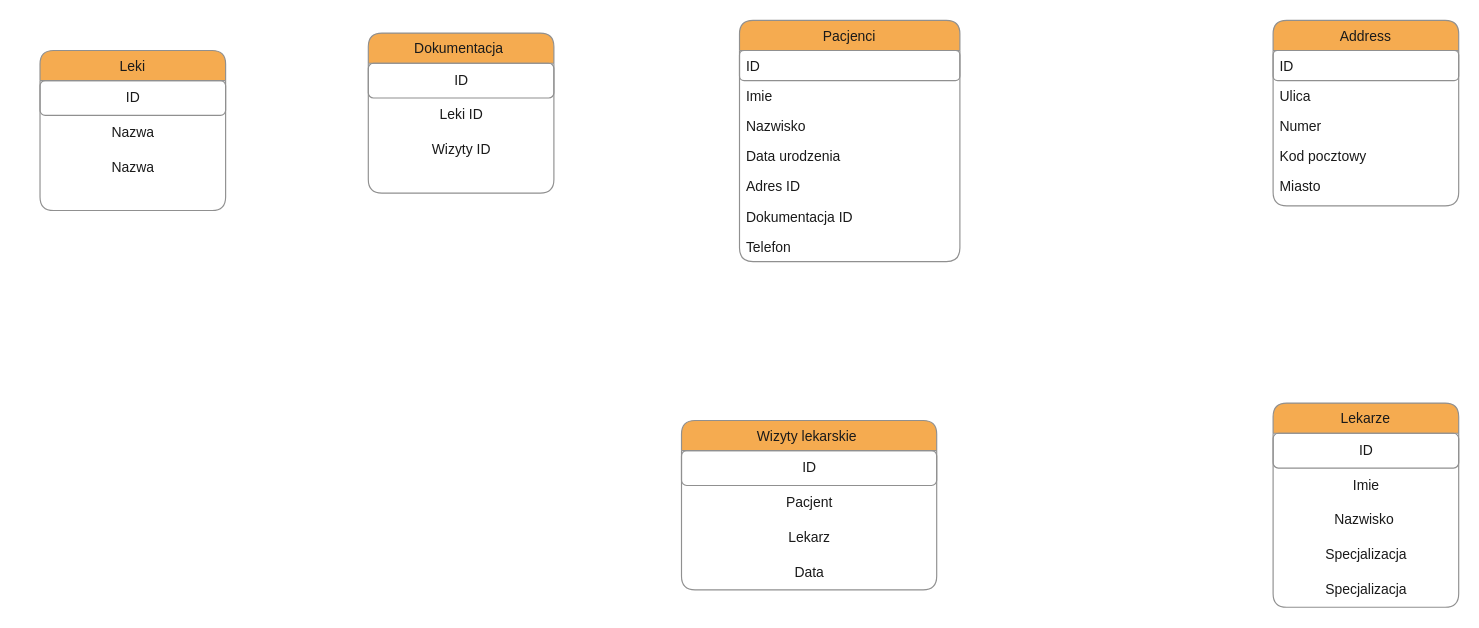
This is db_przychodnia.drawio from kjedraszczyk/projekt_przychodnia, a draw.io file, before an edit. Source tidied: cells renumbered, new cells numbered last; positions are measured from the earlier drawing's top-left corner, leaving out a move shared by most shapes. Both pictures are drawn from the tidied source at 116%, with x=0, y=0 at pixel (39, 20).
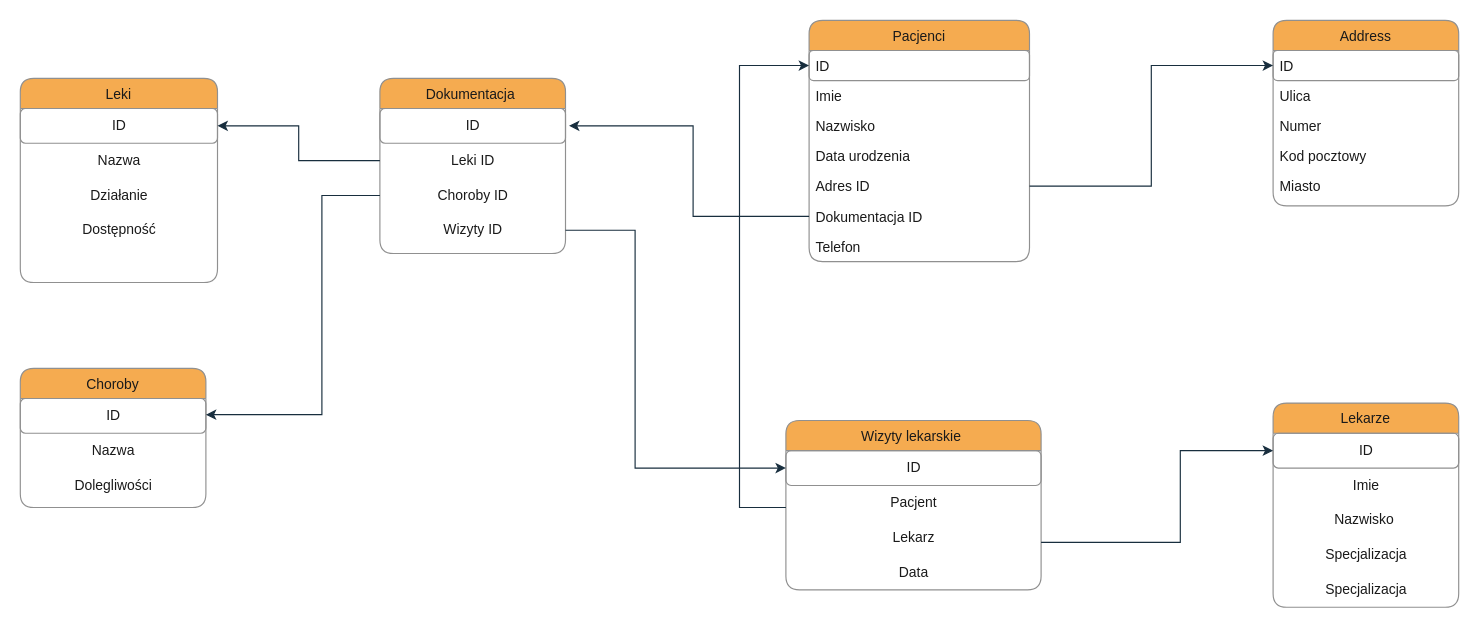
The same diagram, later.

The change refers to these unchanged cells:
```xml
<mxCell id="3" value="ID" style="text;align=left;verticalAlign=top;spacingLeft=4;spacingRight=4;overflow=hidden;points=[[0,0.5],[1,0.5]];portConstraint=eastwest;labelBackgroundColor=none;fontColor=#1A1A1A;rounded=1;strokeColor=#909090;glass=0;shadow=0;" parent="2" vertex="1">
  <mxGeometry y="26" width="190" height="26" as="geometry" />
</mxCell>
<mxCell id="7" value="Adres ID" style="text;align=left;verticalAlign=top;spacingLeft=4;spacingRight=4;overflow=hidden;points=[[0,0.5],[1,0.5]];portConstraint=eastwest;rounded=1;shadow=0;html=0;labelBackgroundColor=none;fontColor=#1A1A1A;" parent="2" vertex="1">
  <mxGeometry y="130" width="190" height="26" as="geometry" />
</mxCell>
<mxCell id="8" value="Dokumentacja ID" style="text;align=left;verticalAlign=top;spacingLeft=4;spacingRight=4;overflow=hidden;points=[[0,0.5],[1,0.5]];portConstraint=eastwest;rounded=1;shadow=0;html=0;labelBackgroundColor=none;fontColor=#1A1A1A;" parent="2" vertex="1">
  <mxGeometry y="156" width="190" height="26" as="geometry" />
</mxCell>
<mxCell id="11" value="ID" style="text;html=1;align=center;verticalAlign=middle;points=[];strokeColor=#909090;fillColor=none;fontColor=#1A1A1A;rounded=1;labelBackgroundColor=none;" parent="10" vertex="1">
  <mxGeometry y="26" width="160" height="30" as="geometry" />
</mxCell>
<mxCell id="17" value="ID" style="text;html=1;align=center;verticalAlign=middle;points=[];strokeColor=#909090;fillColor=none;fontColor=#1A1A1A;rounded=1;labelBackgroundColor=none;" parent="16" vertex="1">
  <mxGeometry y="26" width="220" height="30" as="geometry" />
</mxCell>
<mxCell id="19" value="Lekarz" style="text;html=1;align=center;verticalAlign=middle;points=[];strokeColor=none;fillColor=none;fontColor=#1A1A1A;rounded=1;labelBackgroundColor=none;" parent="16" vertex="1">
  <mxGeometry y="86" width="220" height="30" as="geometry" />
</mxCell>
<mxCell id="22" value="ID" style="text;align=left;verticalAlign=top;spacingLeft=4;spacingRight=4;overflow=hidden;points=[[0,0.5],[1,0.5]];portConstraint=eastwest;labelBackgroundColor=none;fontColor=#1A1A1A;rounded=1;strokeColor=#909090;" parent="21" vertex="1">
  <mxGeometry y="26" width="160" height="26" as="geometry" />
</mxCell>
<mxCell id="28" value="ID" style="text;html=1;align=center;verticalAlign=middle;points=[];strokeColor=#909090;fillColor=none;fontColor=#1A1A1A;rounded=1;labelBackgroundColor=none;" parent="27" vertex="1">
  <mxGeometry y="26" width="160" height="30" as="geometry" />
</mxCell>
<mxCell id="29" value="Leki ID" style="text;html=1;align=center;verticalAlign=middle;points=[];strokeColor=none;fillColor=none;fontColor=#1A1A1A;rounded=1;labelBackgroundColor=none;" parent="27" vertex="1">
  <mxGeometry y="56" width="160" height="30" as="geometry" />
</mxCell>
```

Diff of the diagram source:
```diff
@@
     <mxCell id="2" value="Pacjenci" style="swimlane;fontStyle=0;align=center;verticalAlign=top;horizontal=1;startSize=26;rounded=1;shadow=0;strokeWidth=1;fillColor=#F5AB50;strokeColor=#909090;labelBackgroundColor=none;fontColor=#1A1A1A;swimlaneFillColor=default;" parent="1" vertex="1">
-      <mxGeometry x="603" width="190" height="208" as="geometry" />
+      <mxGeometry x="663" width="190" height="208" as="geometry" />
     </mxCell>
@@
     <mxCell id="16" value="Wizyty lekarskie " style="swimlane;fontStyle=0;align=center;verticalAlign=top;horizontal=1;startSize=26;rounded=1;shadow=0;strokeWidth=1;labelBackgroundColor=none;fillColor=#F5AB50;strokeColor=#909090;fontColor=#1A1A1A;" parent="1" vertex="1">
-      <mxGeometry x="553" y="345" width="220" height="146" as="geometry" />
+      <mxGeometry x="643" y="345" width="220" height="146" as="geometry" />
     </mxCell>
@@
     <mxCell id="27" value="Dokumentacja " style="swimlane;fontStyle=0;align=center;verticalAlign=top;horizontal=1;startSize=26;rounded=1;shadow=0;strokeWidth=1;fillColor=#F5AB50;strokeColor=#909090;labelBackgroundColor=none;fontColor=#1A1A1A;" parent="1" vertex="1">
-      <mxGeometry x="283" y="11" width="160" height="138" as="geometry" />
+      <mxGeometry x="293" y="50" width="160" height="151" as="geometry" />
     </mxCell>
@@
+    <mxCell id="35" value="Choroby ID" style="text;html=1;align=center;verticalAlign=middle;points=[];strokeColor=none;fillColor=none;fontColor=#1A1A1A;rounded=1;labelBackgroundColor=none;" parent="27" vertex="1">
+      <mxGeometry y="86" width="160" height="30" as="geometry" />
+    </mxCell>
     <mxCell id="30" value="Wizyty ID" style="text;html=1;align=center;verticalAlign=middle;points=[];strokeColor=none;fillColor=none;fontColor=#1A1A1A;rounded=1;labelBackgroundColor=none;" parent="27" vertex="1">
-      <mxGeometry y="86" width="160" height="30" as="geometry" />
+      <mxGeometry y="116" width="160" height="30" as="geometry" />
     </mxCell>
     <mxCell id="31" value="Leki" style="swimlane;fontStyle=0;align=center;verticalAlign=top;horizontal=1;startSize=26;rounded=1;shadow=0;strokeWidth=1;fillColor=#F5AB50;strokeColor=#909090;labelBackgroundColor=none;fontColor=#1A1A1A;" parent="1" vertex="1">
-      <mxGeometry y="26" width="160" height="138" as="geometry" />
+      <mxGeometry x="-17" y="50" width="170" height="176" as="geometry" />
     </mxCell>
     <mxCell id="32" value="ID" style="text;html=1;align=center;verticalAlign=middle;points=[];strokeColor=#909090;fillColor=none;fontColor=#1A1A1A;rounded=1;labelBackgroundColor=none;" parent="31" vertex="1">
-      <mxGeometry y="26" width="160" height="30" as="geometry" />
+      <mxGeometry y="26" width="170" height="30" as="geometry" />
     </mxCell>
     <mxCell id="33" value="Nazwa" style="text;html=1;align=center;verticalAlign=middle;strokeColor=none;fillColor=none;fontColor=#1A1A1A;rounded=1;labelBackgroundColor=none;" parent="31" vertex="1">
-      <mxGeometry y="56" width="160" height="30" as="geometry" />
+      <mxGeometry y="56" width="170" height="30" as="geometry" />
     </mxCell>
+    <mxCell id="36" value="Działanie" style="text;html=1;align=center;verticalAlign=middle;strokeColor=none;fillColor=none;fontColor=#1A1A1A;rounded=1;labelBackgroundColor=none;" parent="31" vertex="1">
+      <mxGeometry y="86" width="170" height="30" as="geometry" />
+    </mxCell>
+    <mxCell id="37" value="Dostępność" style="text;html=1;align=center;verticalAlign=middle;strokeColor=none;fillColor=none;fontColor=#1A1A1A;rounded=1;labelBackgroundColor=none;" parent="31" vertex="1">
+      <mxGeometry y="116" width="170" height="30" as="geometry" />
+    </mxCell>
+    <mxCell id="38" value="Choroby" style="swimlane;fontStyle=0;align=center;verticalAlign=top;horizontal=1;startSize=26;rounded=1;shadow=0;strokeWidth=1;fillColor=#F5AB50;strokeColor=#909090;labelBackgroundColor=none;fontColor=#1A1A1A;" parent="1" vertex="1">
+      <mxGeometry x="-17" y="300" width="160" height="120" as="geometry" />
+    </mxCell>
+    <mxCell id="39" value="ID" style="text;html=1;align=center;verticalAlign=middle;points=[];strokeColor=#909090;fillColor=none;fontColor=#1A1A1A;rounded=1;labelBackgroundColor=none;" parent="38" vertex="1">
+      <mxGeometry y="26" width="160" height="30" as="geometry" />
+    </mxCell>
-    <mxCell id="34" value="Nazwa" style="text;html=1;align=center;verticalAlign=middle;strokeColor=none;fillColor=none;fontColor=#1A1A1A;rounded=1;labelBackgroundColor=none;" parent="31" vertex="1">
-      <mxGeometry y="86" width="160" height="30" as="geometry" />
+    <mxCell id="34" value="Nazwa" style="text;html=1;align=center;verticalAlign=middle;strokeColor=none;fillColor=none;fontColor=#1A1A1A;rounded=1;labelBackgroundColor=none;" parent="38" vertex="1">
+      <mxGeometry y="56" width="160" height="30" as="geometry" />
     </mxCell>
+    <mxCell id="40" value="Dolegliwości" style="text;html=1;align=center;verticalAlign=middle;strokeColor=none;fillColor=none;fontColor=#1A1A1A;rounded=1;labelBackgroundColor=none;" parent="38" vertex="1">
+      <mxGeometry y="86" width="160" height="30" as="geometry" />
+    </mxCell>
+    <mxCell id="41" style="edgeStyle=orthogonalEdgeStyle;rounded=0;jettySize=auto;html=1;entryX=0;entryY=0.5;entryDx=0;entryDy=0;strokeColor=#182E3E;fontColor=#1A1A1A;" parent="1" edge="1" source="7" target="22">
+      <mxGeometry relative="1" as="geometry" />
+    </mxCell>
+    <mxCell id="42" style="edgeStyle=orthogonalEdgeStyle;rounded=0;jettySize=auto;html=1;entryX=1.019;entryY=0.5;entryDx=0;entryDy=0;entryPerimeter=0;strokeColor=#182E3E;fontColor=#1A1A1A;" parent="1" edge="1" source="8" target="28">
+      <mxGeometry relative="1" as="geometry">
+        <Array as="points">
+          <mxPoint x="563" y="169" />
+          <mxPoint x="563" y="91" />
+        </Array>
+      </mxGeometry>
+    </mxCell>
+    <mxCell id="43" style="edgeStyle=orthogonalEdgeStyle;rounded=0;jettySize=auto;html=1;entryX=0;entryY=0.5;entryDx=0;entryDy=0;strokeColor=#182E3E;fontColor=#1A1A1A;" parent="1" edge="1" target="3">
+      <mxGeometry relative="1" as="geometry">
+        <mxPoint x="643" y="420" as="sourcePoint" />
+        <Array as="points">
+          <mxPoint x="603" y="420" />
+          <mxPoint x="603" y="39" />
+        </Array>
+      </mxGeometry>
+    </mxCell>
+    <mxCell id="44" style="edgeStyle=orthogonalEdgeStyle;rounded=0;jettySize=auto;html=1;strokeColor=#182E3E;fontColor=#1A1A1A;" parent="1" edge="1" source="19" target="11">
+      <mxGeometry relative="1" as="geometry">
+        <Array as="points">
+          <mxPoint x="983" y="450" />
+          <mxPoint x="983" y="371" />
+        </Array>
+      </mxGeometry>
+    </mxCell>
+    <mxCell id="45" style="edgeStyle=orthogonalEdgeStyle;rounded=0;jettySize=auto;html=1;strokeColor=#182E3E;fontColor=#1A1A1A;" parent="1" edge="1" source="30" target="17">
+      <mxGeometry relative="1" as="geometry">
+        <Array as="points">
+          <mxPoint x="513" y="181" />
+          <mxPoint x="513" y="386" />
+        </Array>
+      </mxGeometry>
+    </mxCell>
+    <mxCell id="46" style="edgeStyle=orthogonalEdgeStyle;rounded=0;jettySize=auto;html=1;strokeColor=#182E3E;fontColor=#1A1A1A;" parent="1" edge="1" source="35" target="39">
+      <mxGeometry relative="1" as="geometry">
+        <Array as="points">
+          <mxPoint x="243" y="151" />
+          <mxPoint x="243" y="340" />
+        </Array>
+      </mxGeometry>
+    </mxCell>
+    <mxCell id="47" style="edgeStyle=orthogonalEdgeStyle;rounded=0;jettySize=auto;html=1;strokeColor=#182E3E;fontColor=#1A1A1A;" parent="1" edge="1" source="29" target="32">
+      <mxGeometry relative="1" as="geometry" />
+    </mxCell>
```
